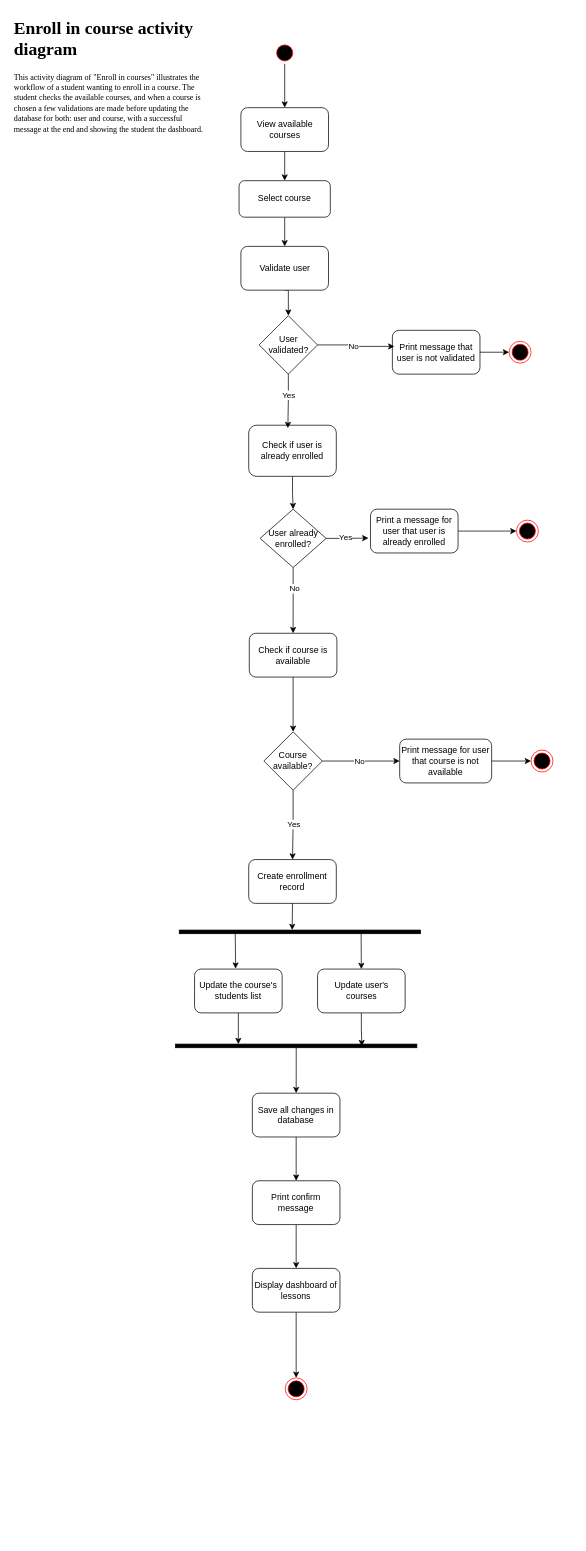
Above: page "Page-1" (1 of 2) of activityDiagram.drawio in catray05/prog2_lab6 (draw.io), before the change. Source tidied: cells renumbered, new cells numbered last; positions are measured from the earlier drawing's top-left corner, leaving out a move shared by most shapes. Both pictures are drawn from the tidied source at 73%, with x=0, y=0 at pixel (12, 12).
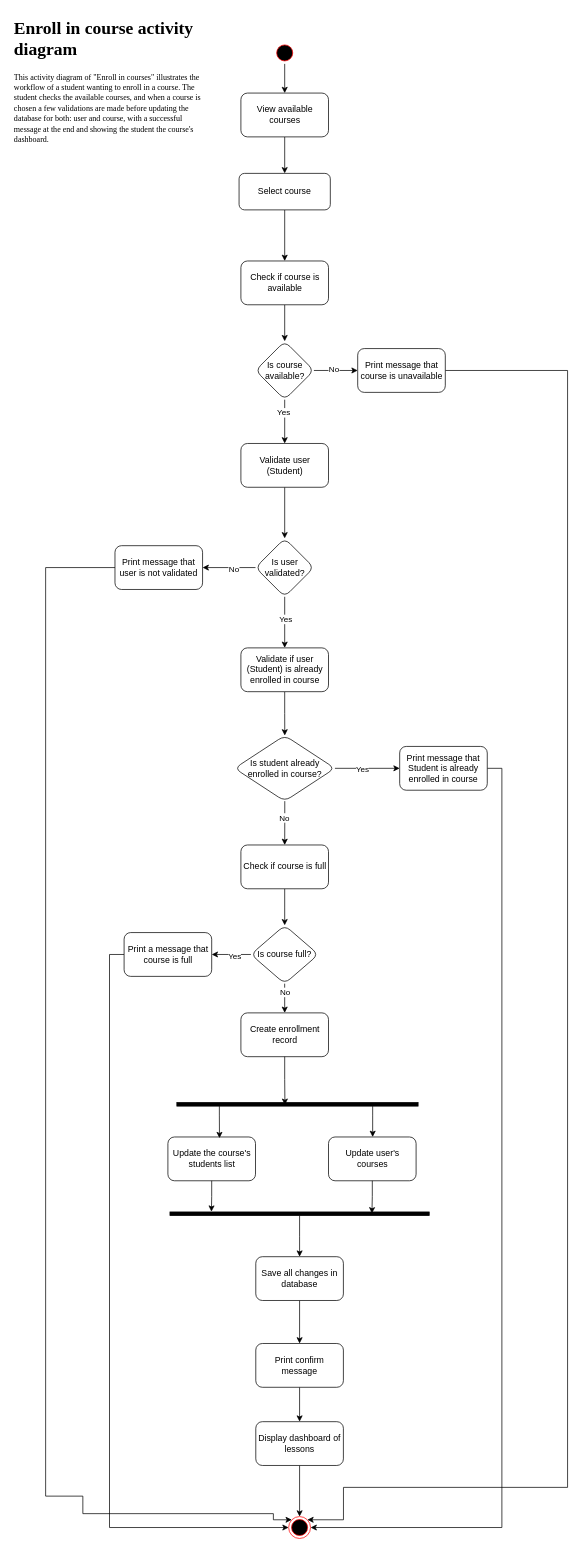
The same page after the edit.

The edit, as a diff of the source:
```diff
@@
     <mxCell id="3" value="View available courses" style="rounded=1;whiteSpace=wrap;html=1;" parent="1" vertex="1">
-      <mxGeometry x="312.5" y="130" width="120" height="60" as="geometry" />
+      <mxGeometry x="312.5" y="110" width="120" height="60" as="geometry" />
     </mxCell>
-    <mxCell id="4" style="edgeStyle=orthogonalEdgeStyle;rounded=0;jettySize=auto;html=1;exitX=0.5;exitY=1;exitDx=0;exitDy=0;entryX=0.5;entryY=0;entryDx=0;entryDy=0;" parent="1" edge="1" source="5" target="43">
-      <mxGeometry relative="1" as="geometry" />
-    </mxCell>
+    <mxCell id="57" style="edgeStyle=orthogonalEdgeStyle;rounded=0;jettySize=auto;html=1;" parent="1" edge="1" source="5" target="15">
+      <mxGeometry relative="1" as="geometry" />
+    </mxCell>
     <mxCell id="5" value="Select course" style="rounded=1;whiteSpace=wrap;html=1;" parent="1" vertex="1">
-      <mxGeometry x="310" y="230" width="125" height="50" as="geometry" />
+      <mxGeometry x="310" y="220" width="125" height="50" as="geometry" />
     </mxCell>
-    <mxCell id="6" style="edgeStyle=orthogonalEdgeStyle;rounded=0;jettySize=auto;html=1;entryX=0.5;entryY=0;entryDx=0;entryDy=0;" parent="1" edge="1" source="8" target="15">
-      <mxGeometry relative="1" as="geometry" />
-    </mxCell>
-    <mxCell id="7" value="No" style="edgeLabel;html=1;align=center;verticalAlign=middle;" parent="6" vertex="1">
-      <mxGeometry x="-0.36" y="1" relative="1" as="geometry" />
-    </mxCell>
-    <mxCell id="8" value="User already enrolled?" style="rhombus;whiteSpace=wrap;html=1;" parent="1" vertex="1">
-      <mxGeometry x="338.8" y="680" width="90.5" height="80" as="geometry" />
-    </mxCell>
-    <mxCell id="9" style="edgeStyle=orthogonalEdgeStyle;rounded=0;jettySize=auto;html=1;" parent="1" edge="1" source="10" target="8">
-      <mxGeometry relative="1" as="geometry" />
-    </mxCell>
-    <mxCell id="10" value="Check if user is already enrolled" style="rounded=1;whiteSpace=wrap;html=1;" parent="1" vertex="1">
-      <mxGeometry x="323.2" y="565" width="120" height="70" as="geometry" />
-    </mxCell>
-    <mxCell id="11" style="edgeStyle=orthogonalEdgeStyle;rounded=0;jettySize=auto;html=1;exitX=1;exitY=0.5;exitDx=0;exitDy=0;entryX=0;entryY=0.5;entryDx=0;entryDy=0;" parent="1" edge="1" source="12" target="13">
-      <mxGeometry relative="1" as="geometry" />
-    </mxCell>
-    <mxCell id="12" value="Print a message for user that user is already enrolled" style="rounded=1;whiteSpace=wrap;html=1;" parent="1" vertex="1">
-      <mxGeometry x="490" y="680" width="120" height="60" as="geometry" />
-    </mxCell>
-    <mxCell id="13" style="ellipse;html=1;shape=endState;fillColor=#000000;strokeColor=#ff0000;" parent="1" vertex="1">
-      <mxGeometry x="690" y="695" width="30" height="30" as="geometry" />
-    </mxCell>
-    <mxCell id="14" style="edgeStyle=orthogonalEdgeStyle;rounded=0;jettySize=auto;html=1;exitX=0.5;exitY=1;exitDx=0;exitDy=0;" parent="1" edge="1" source="15" target="20">
-      <mxGeometry relative="1" as="geometry" />
-    </mxCell>
-    <mxCell id="15" value="Check if course is available" style="rounded=1;whiteSpace=wrap;html=1;" parent="1" vertex="1">
-      <mxGeometry x="324" y="850" width="120" height="60" as="geometry" />
-    </mxCell>
-    <mxCell id="16" style="edgeStyle=orthogonalEdgeStyle;rounded=0;jettySize=auto;html=1;exitX=1;exitY=0.5;exitDx=0;exitDy=0;entryX=0;entryY=0.5;entryDx=0;entryDy=0;" parent="1" edge="1" source="20" target="22">
-      <mxGeometry relative="1" as="geometry" />
-    </mxCell>
-    <mxCell id="17" value="No" style="edgeLabel;html=1;align=center;verticalAlign=middle;" parent="16" vertex="1">
-      <mxGeometry x="-0.06" y="1" relative="1" as="geometry" />
-    </mxCell>
-    <mxCell id="18" style="edgeStyle=orthogonalEdgeStyle;rounded=0;jettySize=auto;html=1;exitX=0.5;exitY=1;exitDx=0;exitDy=0;" parent="1" edge="1" source="20" target="32">
-      <mxGeometry relative="1" as="geometry" />
-    </mxCell>
-    <mxCell id="19" value="Yes" style="edgeLabel;html=1;align=center;verticalAlign=middle;" parent="18" vertex="1">
-      <mxGeometry x="-0.04" relative="1" as="geometry" />
-    </mxCell>
-    <mxCell id="20" value="Course available?" style="rhombus;whiteSpace=wrap;html=1;" parent="1" vertex="1">
-      <mxGeometry x="344" y="985" width="80" height="80" as="geometry" />
-    </mxCell>
-    <mxCell id="21" style="edgeStyle=orthogonalEdgeStyle;rounded=0;jettySize=auto;html=1;" parent="1" edge="1" source="22" target="30">
-      <mxGeometry relative="1" as="geometry" />
-    </mxCell>
-    <mxCell id="22" value="Print message for user that course is not available" style="rounded=1;whiteSpace=wrap;html=1;" parent="1" vertex="1">
-      <mxGeometry x="530" y="995" width="126" height="60" as="geometry" />
-    </mxCell>
-    <mxCell id="23" value="User validated?" style="rhombus;whiteSpace=wrap;html=1;" parent="1" vertex="1">
-      <mxGeometry x="337.5" y="415" width="80" height="80" as="geometry" />
-    </mxCell>
-    <mxCell id="24" style="edgeStyle=orthogonalEdgeStyle;rounded=0;jettySize=auto;html=1;exitX=1;exitY=0.5;exitDx=0;exitDy=0;entryX=0;entryY=0.5;entryDx=0;entryDy=0;" parent="1" edge="1" source="25" target="31">
-      <mxGeometry relative="1" as="geometry" />
-    </mxCell>
-    <mxCell id="25" value="Print message that user is not validated" style="rounded=1;whiteSpace=wrap;html=1;" parent="1" vertex="1">
-      <mxGeometry x="520" y="435" width="120" height="60" as="geometry" />
-    </mxCell>
@@
-    <mxCell id="28" style="edgeStyle=orthogonalEdgeStyle;rounded=0;jettySize=auto;html=1;exitX=1;exitY=0.5;exitDx=0;exitDy=0;entryX=-0.023;entryY=0.659;entryDx=0;entryDy=0;entryPerimeter=0;" parent="1" edge="1" source="8" target="12">
-      <mxGeometry relative="1" as="geometry" />
-    </mxCell>
-    <mxCell id="29" value="Yes" style="edgeLabel;html=1;align=center;verticalAlign=middle;" parent="28" vertex="1">
-      <mxGeometry x="-0.1" y="2" relative="1" as="geometry" />
-    </mxCell>
-    <mxCell id="30" style="ellipse;html=1;shape=endState;fillColor=#000000;strokeColor=#ff0000;" parent="1" vertex="1">
-      <mxGeometry x="710" y="1010" width="30" height="30" as="geometry" />
-    </mxCell>
-    <mxCell id="31" style="ellipse;html=1;shape=endState;fillColor=#000000;strokeColor=#ff0000;" parent="1" vertex="1">
-      <mxGeometry x="680" y="450" width="30" height="30" as="geometry" />
-    </mxCell>
     <mxCell id="32" value="Create enrollment record" style="rounded=1;whiteSpace=wrap;html=1;" parent="1" vertex="1">
-      <mxGeometry x="323.2" y="1160" width="120" height="60" as="geometry" />
+      <mxGeometry x="312.5" y="1370" width="120" height="60" as="geometry" />
     </mxCell>
     <mxCell id="33" value="Update user's courses" style="rounded=1;whiteSpace=wrap;html=1;" parent="1" vertex="1">
-      <mxGeometry x="417.5" y="1310" width="120" height="60" as="geometry" />
+      <mxGeometry x="432.5" y="1540" width="120" height="60" as="geometry" />
     </mxCell>
     <mxCell id="34" value="Update the course's students list" style="whiteSpace=wrap;html=1;rounded=1;" parent="1" vertex="1">
-      <mxGeometry x="249" y="1310" width="120" height="60" as="geometry" />
+      <mxGeometry x="212.5" y="1540" width="120" height="60" as="geometry" />
     </mxCell>
@@
     <mxCell id="36" value="Save all changes in database" style="whiteSpace=wrap;html=1;rounded=1;" parent="1" vertex="1">
-      <mxGeometry x="328.2" y="1480" width="120" height="60" as="geometry" />
+      <mxGeometry x="332.9" y="1704" width="120" height="60" as="geometry" />
     </mxCell>
@@
     <mxCell id="38" value="Print confirm message" style="rounded=1;whiteSpace=wrap;html=1;" parent="1" vertex="1">
-      <mxGeometry x="328.2" y="1600" width="120" height="60" as="geometry" />
+      <mxGeometry x="332.9" y="1822.9" width="120" height="60" as="geometry" />
     </mxCell>
@@
     <mxCell id="40" value="Display dashboard of lessons" style="rounded=1;whiteSpace=wrap;html=1;" parent="1" vertex="1">
-      <mxGeometry x="328.2" y="1720" width="120" height="60" as="geometry" />
+      <mxGeometry x="332.9" y="1930" width="120" height="60" as="geometry" />
     </mxCell>
     <mxCell id="41" style="ellipse;html=1;shape=endState;fillColor=#000000;strokeColor=#ff0000;" parent="1" vertex="1">
-      <mxGeometry x="373.2" y="1870" width="30" height="30" as="geometry" />
+      <mxGeometry x="377.9" y="2060" width="30" height="30" as="geometry" />
     </mxCell>
-    <mxCell id="42" style="edgeStyle=orthogonalEdgeStyle;rounded=0;jettySize=auto;html=1;exitX=0.5;exitY=1;exitDx=0;exitDy=0;entryX=0.5;entryY=0;entryDx=0;entryDy=0;" parent="1" edge="1" source="43" target="23">
-      <mxGeometry relative="1" as="geometry" />
-    </mxCell>
-    <mxCell id="43" value="Validate user" style="rounded=1;whiteSpace=wrap;html=1;" parent="1" vertex="1">
-      <mxGeometry x="312.5" y="320" width="120" height="60" as="geometry" />
-    </mxCell>
-    <mxCell id="44" style="edgeStyle=orthogonalEdgeStyle;rounded=0;jettySize=auto;html=1;exitX=0.5;exitY=1;exitDx=0;exitDy=0;entryX=0.447;entryY=0.057;entryDx=0;entryDy=0;entryPerimeter=0;" parent="1" edge="1" source="23" target="10">
-      <mxGeometry relative="1" as="geometry" />
-    </mxCell>
-    <mxCell id="45" value="Yes" style="edgeLabel;html=1;align=center;verticalAlign=middle;" parent="44" vertex="1">
-      <mxGeometry x="-0.24" relative="1" as="geometry" />
-    </mxCell>
-    <mxCell id="46" style="edgeStyle=orthogonalEdgeStyle;rounded=0;jettySize=auto;html=1;exitX=1;exitY=0.5;exitDx=0;exitDy=0;entryX=0.023;entryY=0.367;entryDx=0;entryDy=0;entryPerimeter=0;" parent="1" edge="1" source="23" target="25">
-      <mxGeometry relative="1" as="geometry" />
-    </mxCell>
-    <mxCell id="47" value="No" style="edgeLabel;html=1;align=center;verticalAlign=middle;" parent="46" vertex="1">
-      <mxGeometry x="-0.09" y="-1" relative="1" as="geometry" />
-    </mxCell>
+    <mxCell id="58" style="edgeStyle=orthogonalEdgeStyle;rounded=0;jettySize=auto;html=1;" parent="1" edge="1" source="48" target="33">
+      <mxGeometry relative="1" as="geometry">
+        <Array as="points">
+          <mxPoint x="493" y="1510" />
+          <mxPoint x="493" y="1510" />
+        </Array>
+      </mxGeometry>
+    </mxCell>
     <mxCell id="48" style="html=1;points=[];perimeter=orthogonalPerimeter;fillColor=strokeColor;rotation=90;" parent="1" vertex="1">
-      <mxGeometry x="390.8" y="1093.8" width="5" height="330.5" as="geometry" />
+      <mxGeometry x="387.5" y="1330" width="5" height="330.5" as="geometry" />
     </mxCell>
@@
     <mxCell id="50" style="html=1;points=[];perimeter=orthogonalPerimeter;fillColor=strokeColor;rotation=90;" parent="1" vertex="1">
-      <mxGeometry x="385.8" y="1250" width="5" height="330.5" as="geometry" />
+      <mxGeometry x="390.4" y="1467.6" width="5" height="355.2" as="geometry" />
     </mxCell>
+    <mxCell id="56" value="&lt;h1 style=&quot;margin-top: 0px;&quot;&gt;&lt;font face=&quot;Times New Roman&quot;&gt;Enroll in course activity diagram&lt;/font&gt;&lt;/h1&gt;&lt;p&gt;&lt;span style=&quot;text-align: center;&quot;&gt;&lt;font face=&quot;Times New Roman&quot; style=&quot;font-size: 11px;&quot;&gt;This activity diagram of &quot;Enroll in courses&quot; illustrates the workflow of a student wanting to enroll in a course. The student checks the available courses, and when a course is chosen a few validations are made before updating the database for both: user and course, with a successful message at the end and showing the student the course's dashboard.&lt;/font&gt;&lt;/span&gt;&lt;/p&gt;" style="text;html=1;whiteSpace=wrap;overflow=hidden;rounded=0;" parent="1" vertex="1">
+      <mxGeometry width="270" height="200" as="geometry" />
+    </mxCell>
+    <mxCell id="59" style="edgeStyle=orthogonalEdgeStyle;rounded=0;jettySize=auto;html=1;exitX=0.5;exitY=1;exitDx=0;exitDy=0;entryX=0.5;entryY=0;entryDx=0;entryDy=0;" parent="1" edge="1" source="15" target="64">
+      <mxGeometry relative="1" as="geometry" />
+    </mxCell>
+    <mxCell id="15" value="Check if course is available" style="whiteSpace=wrap;html=1;rounded=1;" parent="1" vertex="1">
+      <mxGeometry x="312.5" y="340" width="120" height="60" as="geometry" />
+    </mxCell>
+    <mxCell id="60" style="edgeStyle=orthogonalEdgeStyle;rounded=0;jettySize=auto;html=1;" parent="1" edge="1" source="64" target="66">
+      <mxGeometry relative="1" as="geometry" />
+    </mxCell>
+    <mxCell id="61" value="No" style="edgeLabel;html=1;align=center;verticalAlign=middle;" parent="60" vertex="1">
+      <mxGeometry x="-0.1" y="3" relative="1" as="geometry" />
+    </mxCell>
+    <mxCell id="62" style="edgeStyle=orthogonalEdgeStyle;rounded=0;jettySize=auto;html=1;" parent="1" edge="1" source="64" target="68">
+      <mxGeometry relative="1" as="geometry" />
+    </mxCell>
+    <mxCell id="63" value="Yes" style="edgeLabel;html=1;align=center;verticalAlign=middle;" parent="62" vertex="1">
+      <mxGeometry x="-0.44" y="-2" relative="1" as="geometry" />
+    </mxCell>
+    <mxCell id="64" value="Is course available?" style="rhombus;whiteSpace=wrap;html=1;rounded=1;" parent="1" vertex="1">
+      <mxGeometry x="332.5" y="450" width="80" height="80" as="geometry" />
+    </mxCell>
+    <mxCell id="65" style="edgeStyle=orthogonalEdgeStyle;rounded=0;jettySize=auto;html=1;entryX=1;entryY=0;entryDx=0;entryDy=0;exitX=1;exitY=0.5;exitDx=0;exitDy=0;" parent="1" edge="1" source="66" target="41">
+      <mxGeometry relative="1" as="geometry">
+        <Array as="points">
+          <mxPoint x="760" y="490" />
+          <mxPoint x="760" y="2020" />
+          <mxPoint x="453" y="2020" />
+          <mxPoint x="453" y="2064" />
+        </Array>
+      </mxGeometry>
+    </mxCell>
+    <mxCell id="66" value="Print message that course is unavailable" style="whiteSpace=wrap;html=1;rounded=1;" parent="1" vertex="1">
+      <mxGeometry x="472.5" y="460" width="120" height="60" as="geometry" />
+    </mxCell>
+    <mxCell id="67" style="edgeStyle=orthogonalEdgeStyle;rounded=0;jettySize=auto;html=1;" parent="1" edge="1" source="68" target="73">
+      <mxGeometry relative="1" as="geometry" />
+    </mxCell>
+    <mxCell id="68" value="Validate user (Student)" style="whiteSpace=wrap;html=1;rounded=1;" parent="1" vertex="1">
+      <mxGeometry x="312.5" y="590" width="120" height="60" as="geometry" />
+    </mxCell>
+    <mxCell id="69" style="edgeStyle=orthogonalEdgeStyle;rounded=0;jettySize=auto;html=1;" parent="1" edge="1" source="73" target="25">
+      <mxGeometry relative="1" as="geometry" />
+    </mxCell>
+    <mxCell id="70" value="No" style="edgeLabel;html=1;align=center;verticalAlign=middle;" parent="69" vertex="1">
+      <mxGeometry x="-0.17" y="1" relative="1" as="geometry" />
+    </mxCell>
+    <mxCell id="71" style="edgeStyle=orthogonalEdgeStyle;rounded=0;jettySize=auto;html=1;" parent="1" edge="1" source="73" target="76">
+      <mxGeometry relative="1" as="geometry" />
+    </mxCell>
+    <mxCell id="72" value="Yes" style="edgeLabel;html=1;align=center;verticalAlign=middle;" parent="71" vertex="1">
+      <mxGeometry x="-0.15" y="1" relative="1" as="geometry" />
+    </mxCell>
+    <mxCell id="73" value="Is user validated?" style="rhombus;whiteSpace=wrap;html=1;rounded=1;" parent="1" vertex="1">
+      <mxGeometry x="332.5" y="720" width="80" height="80" as="geometry" />
+    </mxCell>
+    <mxCell id="74" style="edgeStyle=orthogonalEdgeStyle;rounded=0;jettySize=auto;html=1;entryX=0;entryY=0;entryDx=0;entryDy=0;exitX=0;exitY=0.5;exitDx=0;exitDy=0;" parent="1" edge="1" source="25" target="41">
+      <mxGeometry relative="1" as="geometry">
+        <Array as="points">
+          <mxPoint x="45" y="760" />
+          <mxPoint x="45" y="2032" />
+          <mxPoint x="96" y="2032" />
+          <mxPoint x="96" y="2056" />
+          <mxPoint x="357" y="2056" />
+          <mxPoint x="357" y="2064" />
+        </Array>
+      </mxGeometry>
+    </mxCell>
+    <mxCell id="25" value="Print message that user is not validated" style="whiteSpace=wrap;html=1;rounded=1;" parent="1" vertex="1">
+      <mxGeometry x="140" y="730" width="120" height="60" as="geometry" />
+    </mxCell>
+    <mxCell id="75" style="edgeStyle=orthogonalEdgeStyle;rounded=0;jettySize=auto;html=1;" parent="1" edge="1" source="76" target="81">
+      <mxGeometry relative="1" as="geometry" />
+    </mxCell>
+    <mxCell id="76" value="Validate if user (Student) is already enrolled in course" style="whiteSpace=wrap;html=1;rounded=1;" parent="1" vertex="1">
+      <mxGeometry x="312.5" y="870" width="120" height="60" as="geometry" />
+    </mxCell>
+    <mxCell id="77" style="edgeStyle=orthogonalEdgeStyle;rounded=0;jettySize=auto;html=1;" parent="1" edge="1" source="81" target="83">
+      <mxGeometry relative="1" as="geometry" />
+    </mxCell>
+    <mxCell id="78" value="Yes" style="edgeLabel;html=1;align=center;verticalAlign=middle;" parent="77" vertex="1">
+      <mxGeometry x="-0.16" y="-3" relative="1" as="geometry">
+        <mxPoint y="-3" as="offset" />
+      </mxGeometry>
+    </mxCell>
+    <mxCell id="79" style="edgeStyle=orthogonalEdgeStyle;rounded=0;jettySize=auto;html=1;" parent="1" edge="1" source="81" target="85">
+      <mxGeometry relative="1" as="geometry" />
+    </mxCell>
+    <mxCell id="80" value="No" style="edgeLabel;html=1;align=center;verticalAlign=middle;" parent="79" vertex="1">
+      <mxGeometry x="-0.23" y="-1" relative="1" as="geometry" />
+    </mxCell>
+    <mxCell id="81" value="Is student already enrolled in course?" style="rhombus;whiteSpace=wrap;html=1;rounded=1;" parent="1" vertex="1">
+      <mxGeometry x="303.8" y="990" width="137.5" height="90" as="geometry" />
+    </mxCell>
+    <mxCell id="82" style="edgeStyle=orthogonalEdgeStyle;rounded=0;jettySize=auto;html=1;exitX=1;exitY=0.5;exitDx=0;exitDy=0;entryX=1;entryY=0.5;entryDx=0;entryDy=0;" parent="1" edge="1" source="83" target="41">
+      <mxGeometry relative="1" as="geometry">
+        <Array as="points">
+          <mxPoint x="670" y="1035" />
+          <mxPoint x="670" y="2075" />
+        </Array>
+      </mxGeometry>
+    </mxCell>
+    <mxCell id="83" value="Print message that Student is already enrolled in course" style="whiteSpace=wrap;html=1;rounded=1;" parent="1" vertex="1">
+      <mxGeometry x="530" y="1005" width="120" height="60" as="geometry" />
+    </mxCell>
+    <mxCell id="84" style="edgeStyle=orthogonalEdgeStyle;rounded=0;jettySize=auto;html=1;" parent="1" edge="1" source="85" target="90">
+      <mxGeometry relative="1" as="geometry" />
+    </mxCell>
+    <mxCell id="85" value="Check if course is full" style="whiteSpace=wrap;html=1;rounded=1;" parent="1" vertex="1">
+      <mxGeometry x="312.5" y="1140" width="120" height="60" as="geometry" />
+    </mxCell>
+    <mxCell id="86" style="edgeStyle=orthogonalEdgeStyle;rounded=0;jettySize=auto;html=1;" parent="1" edge="1" source="90" target="92">
+      <mxGeometry relative="1" as="geometry" />
+    </mxCell>
+    <mxCell id="87" value="Yes" style="edgeLabel;html=1;align=center;verticalAlign=middle;" parent="86" vertex="1">
+      <mxGeometry x="-0.13" y="2" relative="1" as="geometry" />
+    </mxCell>
+    <mxCell id="88" style="edgeStyle=orthogonalEdgeStyle;rounded=0;jettySize=auto;html=1;exitX=0.5;exitY=1;exitDx=0;exitDy=0;entryX=0.5;entryY=0;entryDx=0;entryDy=0;" parent="1" edge="1" source="90" target="32">
+      <mxGeometry relative="1" as="geometry" />
+    </mxCell>
+    <mxCell id="89" value="No" style="edgeLabel;html=1;align=center;verticalAlign=middle;" parent="88" vertex="1">
+      <mxGeometry x="-0.45" y="-4" relative="1" as="geometry">
+        <mxPoint x="4" as="offset" />
+      </mxGeometry>
+    </mxCell>
+    <mxCell id="90" value="Is course full?" style="rhombus;whiteSpace=wrap;html=1;rounded=1;" parent="1" vertex="1">
+      <mxGeometry x="326.2" y="1250" width="92.5" height="80" as="geometry" />
+    </mxCell>
+    <mxCell id="91" style="edgeStyle=orthogonalEdgeStyle;rounded=0;jettySize=auto;html=1;exitX=0;exitY=0.5;exitDx=0;exitDy=0;entryX=0;entryY=0.5;entryDx=0;entryDy=0;" parent="1" edge="1" source="92" target="41">
+      <mxGeometry relative="1" as="geometry" />
+    </mxCell>
+    <mxCell id="92" value="Print a message that course is full" style="whiteSpace=wrap;html=1;rounded=1;" parent="1" vertex="1">
+      <mxGeometry x="152.5" y="1260" width="120" height="60" as="geometry" />
+    </mxCell>
-    <mxCell id="51" style="edgeStyle=orthogonalEdgeStyle;rounded=0;jettySize=auto;html=1;exitX=0.5;exitY=1;exitDx=0;exitDy=0;entryX=0.003;entryY=0.532;entryDx=0;entryDy=0;entryPerimeter=0;" parent="1" edge="1" source="32" target="48">
+    <mxCell id="51" style="edgeStyle=orthogonalEdgeStyle;rounded=0;jettySize=auto;html=1;entryX=0.65;entryY=0.552;entryDx=0;entryDy=0;entryPerimeter=0;" parent="1" edge="1" source="32" target="48">
       <mxGeometry relative="1" as="geometry" />
     </mxCell>
-    <mxCell id="52" style="endArrow=classic;html=1;rounded=0;entryX=0.469;entryY=-0.009;entryDx=0;entryDy=0;entryPerimeter=0;exitX=0.643;exitY=0.768;exitDx=0;exitDy=0;exitPerimeter=0;" parent="1" edge="1" source="48" target="34">
-      <mxGeometry relative="1" as="geometry" />
+    <mxCell id="52" style="edgeStyle=orthogonalEdgeStyle;rounded=0;jettySize=auto;html=1;entryX=0.589;entryY=0.027;entryDx=0;entryDy=0;entryPerimeter=0;" parent="1" edge="1" source="48" target="34">
+      <mxGeometry relative="1" as="geometry">
+        <Array as="points">
+          <mxPoint x="283" y="1510" />
+          <mxPoint x="283" y="1510" />
+        </Array>
+      </mxGeometry>
     </mxCell>
-    <mxCell id="53" style="endArrow=classic;html=1;rounded=0;entryX=0.5;entryY=0;entryDx=0;entryDy=0;exitX=0.643;exitY=0.768;exitDx=0;exitDy=0;exitPerimeter=0;" parent="1" edge="1" target="33">
-      <mxGeometry relative="1" as="geometry">
-        <mxPoint x="477.2" y="1261" as="sourcePoint" />
-      </mxGeometry>
-    </mxCell>
+    <mxCell id="55" style="edgeStyle=orthogonalEdgeStyle;rounded=0;jettySize=auto;html=1;entryX=0.409;entryY=0.221;entryDx=0;entryDy=0;entryPerimeter=0;" parent="1" edge="1" source="33" target="50">
+      <mxGeometry relative="1" as="geometry" />
+    </mxCell>
-    <mxCell id="54" style="edgeStyle=orthogonalEdgeStyle;rounded=0;jettySize=auto;html=1;exitX=0.5;exitY=1;exitDx=0;exitDy=0;entryX=0.021;entryY=0.74;entryDx=0;entryDy=0;entryPerimeter=0;" parent="1" edge="1" source="34" target="50">
+    <mxCell id="54" style="edgeStyle=orthogonalEdgeStyle;rounded=0;jettySize=auto;html=1;entryX=-0.071;entryY=0.84;entryDx=0;entryDy=0;entryPerimeter=0;" parent="1" edge="1" source="34" target="50">
       <mxGeometry relative="1" as="geometry" />
     </mxCell>
-    <mxCell id="55" style="edgeStyle=orthogonalEdgeStyle;rounded=0;jettySize=auto;html=1;entryX=0.57;entryY=0.228;entryDx=0;entryDy=0;entryPerimeter=0;" parent="1" edge="1" source="33" target="50">
-      <mxGeometry relative="1" as="geometry" />
-    </mxCell>
-    <mxCell id="56" value="&lt;h1 style=&quot;margin-top: 0px;&quot;&gt;&lt;font face=&quot;Times New Roman&quot;&gt;Enroll in course activity diagram&lt;/font&gt;&lt;/h1&gt;&lt;p&gt;&lt;span style=&quot;text-align: center;&quot;&gt;&lt;font face=&quot;Times New Roman&quot; style=&quot;font-size: 11px;&quot;&gt;This activity diagram of &quot;Enroll in courses&quot; illustrates the workflow of a student wanting to enroll in a course. The student checks the available courses, and when a course is chosen a few validations are made before updating the database for both: user and course, with a successful message at the end and showing the student the dashboard.&lt;/font&gt;&lt;/span&gt;&lt;/p&gt;" style="text;html=1;whiteSpace=wrap;overflow=hidden;rounded=0;" parent="1" vertex="1">
-      <mxGeometry width="270" height="200" as="geometry" />
-    </mxCell>
```
